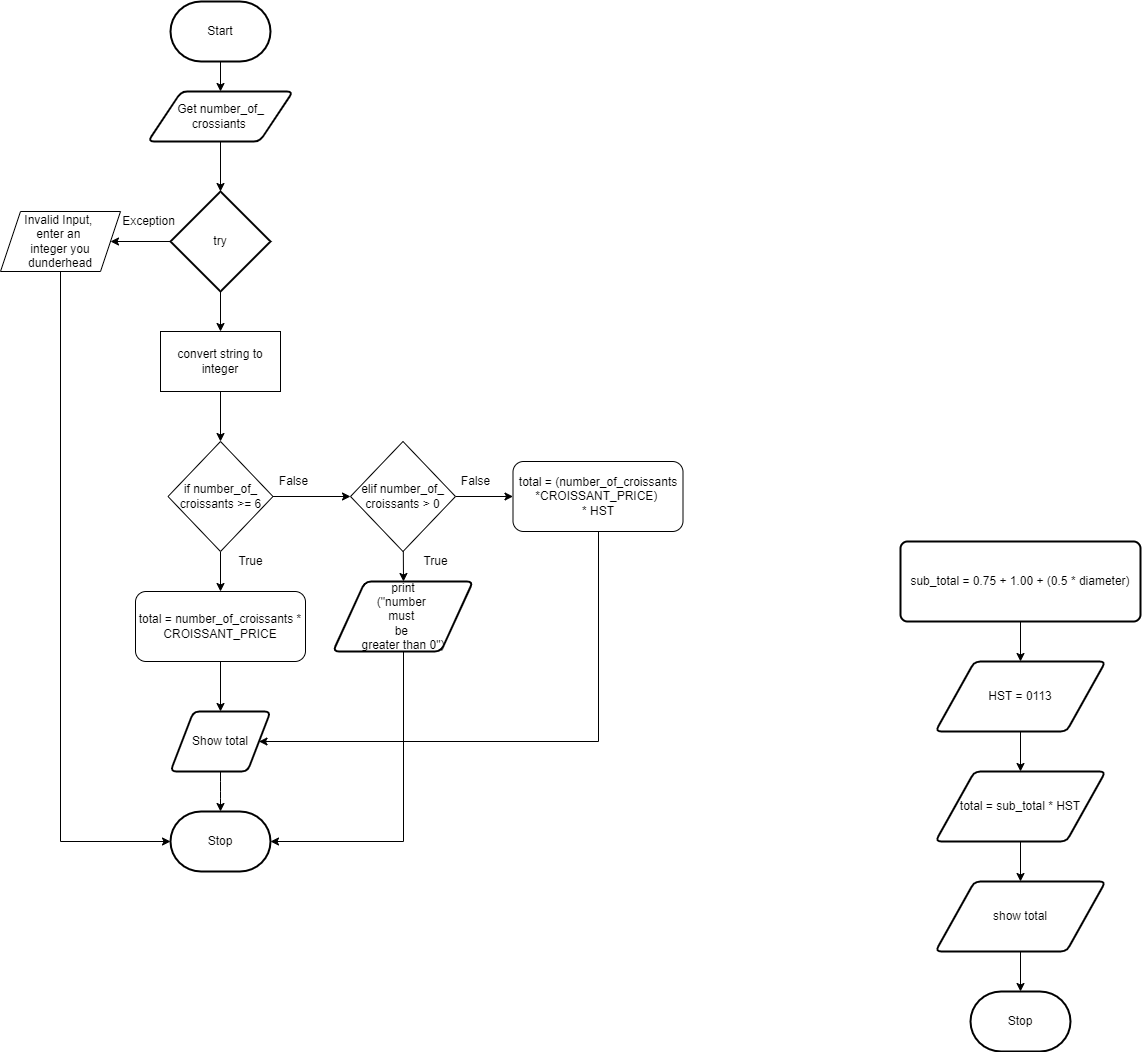
Huzaifa-Khalid-2/ICS3U-Assigment4-Python keeps this draw.io diagram as flowchart.png. Above is the earlier version. Source tidied: cells renumbered, new cells last; positions are measured from the earlier drawing's top-left corner, leaving out a move shared by most shapes.
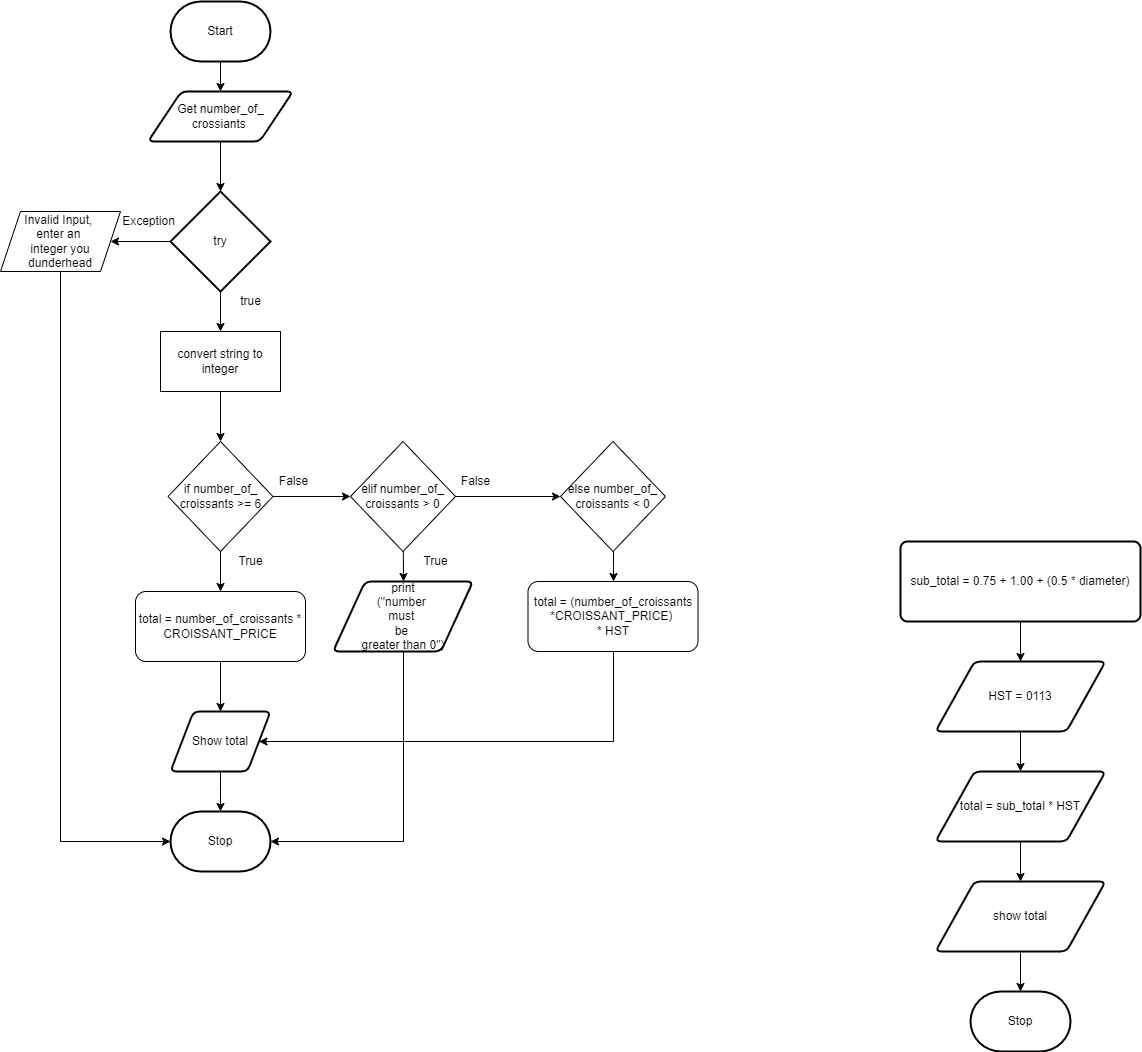
Later version of the same file.

Diff of the diagram source:
```diff
@@ -104,8 +104,10 @@
         <mxPoint x="403" y="580" as="targetPoint" />
       </mxGeometry>
     </mxCell>
-    <mxCell id="30" style="edgeStyle=none;html=1;entryX=0;entryY=0.5;entryDx=0;entryDy=0;" parent="1" edge="1" source="31" target="39">
-      <mxGeometry relative="1" as="geometry" />
+    <mxCell id="30" style="edgeStyle=none;html=1;" parent="1" edge="1" source="31">
+      <mxGeometry relative="1" as="geometry">
+        <mxPoint x="560" y="495" as="targetPoint" />
+      </mxGeometry>
     </mxCell>
     <mxCell id="31" value="elif number_of_&lt;br&gt;croissants &amp;gt; 0" style="rhombus;whiteSpace=wrap;html=1;direction=south;" parent="1" vertex="1">
       <mxGeometry x="350" y="440" width="105" height="110" as="geometry" />
@@ -137,12 +139,13 @@
     <mxCell id="38" style="edgeStyle=elbowEdgeStyle;html=1;entryX=1;entryY=0.5;entryDx=0;entryDy=0;strokeColor=default;rounded=0;" parent="1" edge="1" source="39" target="34">
       <mxGeometry relative="1" as="geometry">
         <Array as="points">
+          <mxPoint x="613" y="680" />
           <mxPoint x="598" y="660" />
         </Array>
       </mxGeometry>
     </mxCell>
     <mxCell id="39" value="total = (number_of_croissants *CROISSANT_PRICE)&amp;nbsp;&lt;br&gt;* HST" style="rounded=1;whiteSpace=wrap;html=1;" parent="1" vertex="1">
-      <mxGeometry x="512.5" y="460" width="170" height="70" as="geometry" />
+      <mxGeometry x="527.5" y="580" width="170" height="70" as="geometry" />
     </mxCell>
     <mxCell id="40" value="Exception" style="text;html=1;align=center;verticalAlign=middle;strokeColor=none;fillColor=none;" parent="1" vertex="1">
       <mxGeometry x="112.5" y="210" width="70" height="20" as="geometry" />
@@ -150,5 +153,14 @@
     <mxCell id="41" value="Stop" style="strokeWidth=2;html=1;shape=mxgraph.flowchart.terminator;whiteSpace=wrap;" parent="1" vertex="1">
       <mxGeometry x="170" y="810" width="100" height="60" as="geometry" />
     </mxCell>
+    <mxCell id="42" value="true" style="text;html=1;align=center;verticalAlign=middle;strokeColor=none;fillColor=none;" parent="1" vertex="1">
+      <mxGeometry x="230" y="290" width="40" height="20" as="geometry" />
+    </mxCell>
+    <mxCell id="43" style="edgeStyle=elbowEdgeStyle;rounded=0;html=1;strokeColor=default;" parent="1" edge="1" source="44" target="39">
+      <mxGeometry relative="1" as="geometry" />
+    </mxCell>
+    <mxCell id="44" value="else number_of_&lt;br&gt;croissants &amp;lt; 0" style="rhombus;whiteSpace=wrap;html=1;direction=south;" parent="1" vertex="1">
+      <mxGeometry x="560" y="440" width="105" height="110" as="geometry" />
+    </mxCell>
   </root>
 </mxGraphModel>
```
